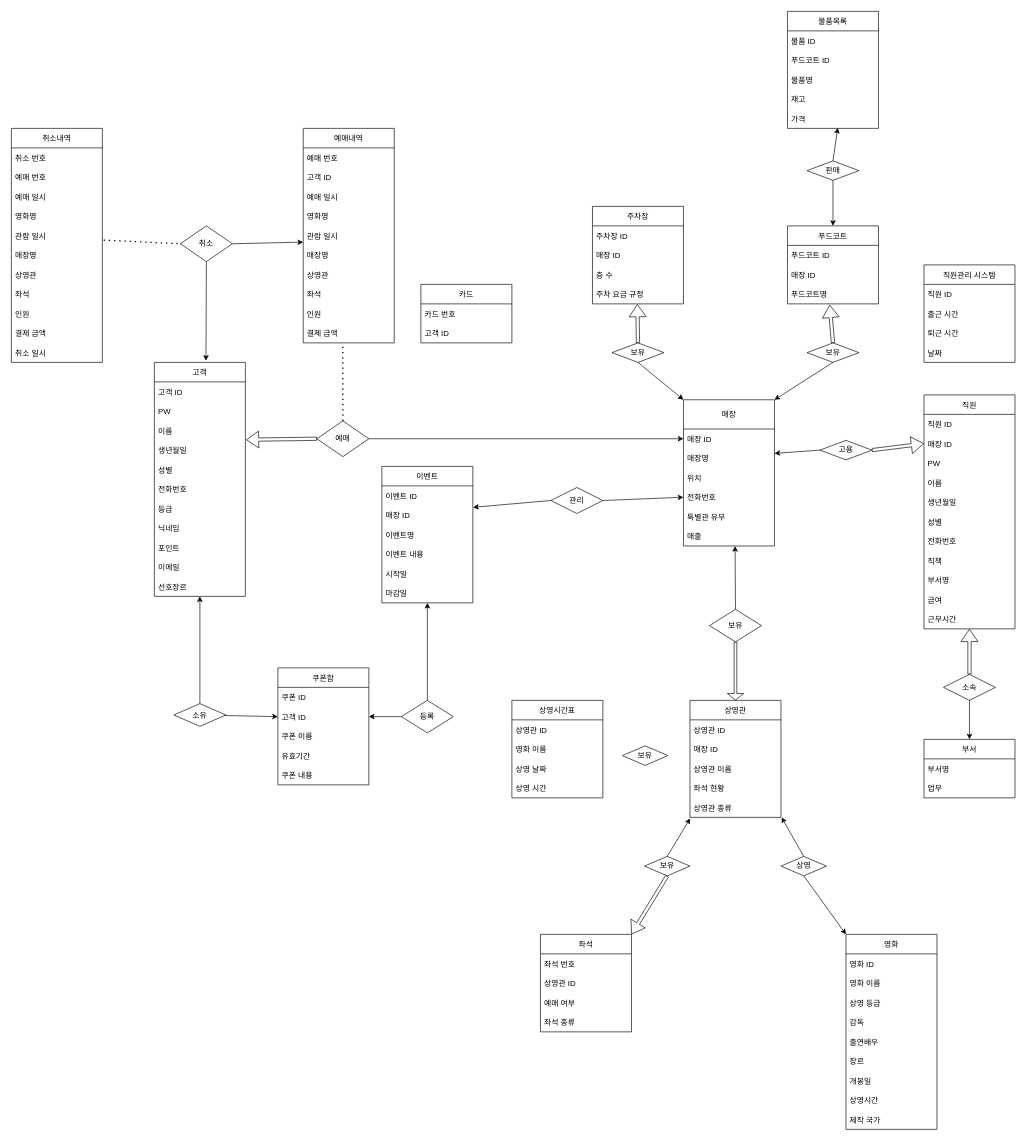
The draw.io diagram page "E-R" (1 of 2) of 영화관 merged.drawio in chacha0707/db, before the edit. Source tidied: cells renumbered, new cells numbered last; positions are measured from the earlier drawing's top-left corner, leaving out a move shared by most shapes. Both pictures are drawn from the tidied source at 65%, with x=0, y=0 at pixel (11, 11).
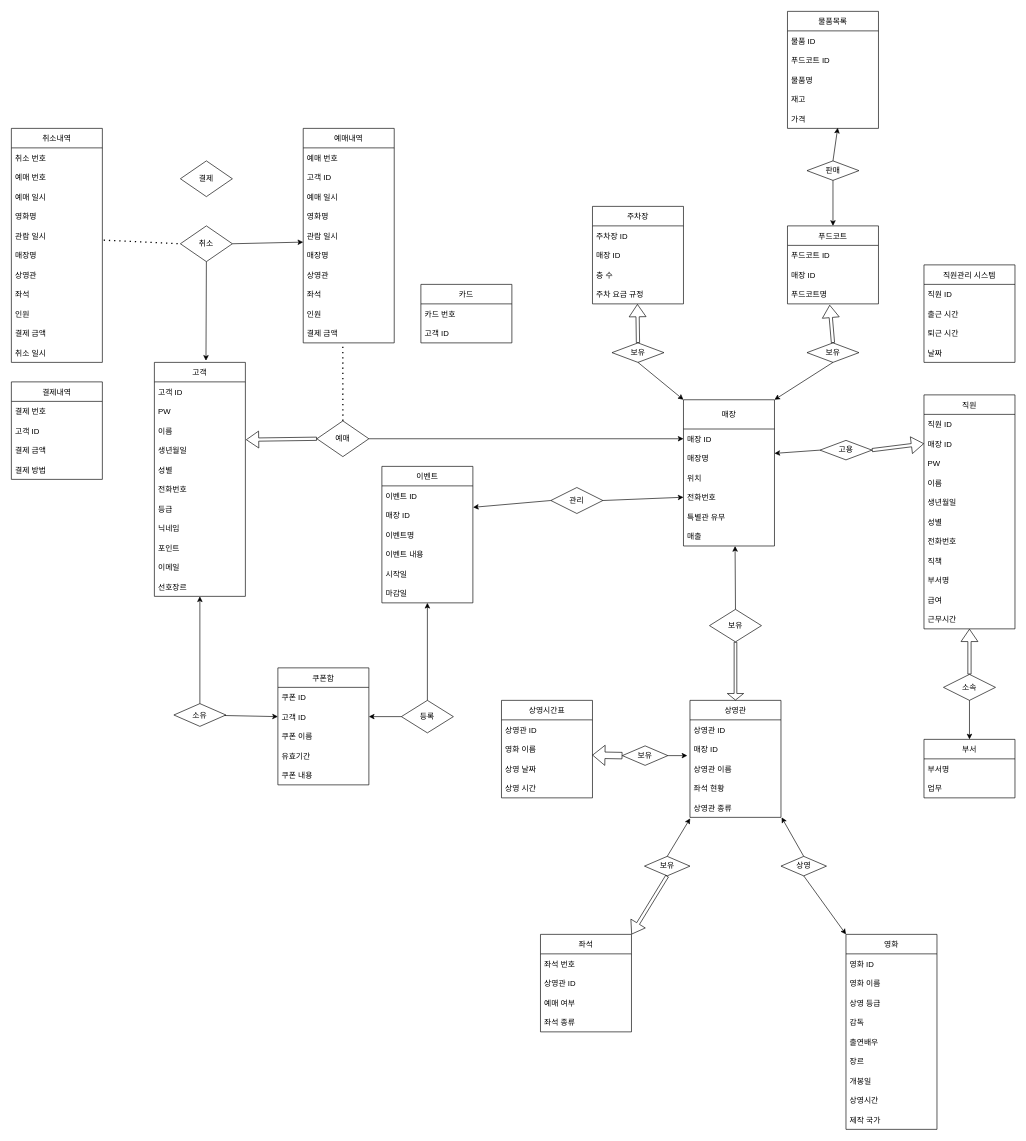
Above is the later version.

Unchanged cells that the change refers to:
```xml
<mxCell id="28" value="영화 이름" style="text;strokeColor=none;fillColor=none;align=left;verticalAlign=middle;spacingLeft=4;spacingRight=4;overflow=hidden;points=[[0,0.5],[1,0.5]];portConstraint=eastwest;" parent="26" vertex="1">
  <mxGeometry y="60" width="140" height="30" as="geometry" />
</mxCell>
<mxCell id="34" value="상영관 이름" style="text;strokeColor=none;fillColor=none;align=left;verticalAlign=middle;spacingLeft=4;spacingRight=4;overflow=hidden;points=[[0,0.5],[1,0.5]];portConstraint=eastwest;" parent="31" vertex="1">
  <mxGeometry y="90" width="140" height="30" as="geometry" />
</mxCell>
<mxCell id="159" value="보유" style="rhombus;whiteSpace=wrap;html=1;direction=east;" parent="1" vertex="1">
  <mxGeometry x="940" y="1130" width="70" height="30" as="geometry" />
</mxCell>
```

What changed in the source:
```diff
@@
     <mxCell id="26" value="상영시간표" style="swimlane;fontStyle=0;horizontal=1;startSize=30;" parent="1" vertex="1">
-      <mxGeometry x="770" y="1060" width="140" height="150" as="geometry" />
+      <mxGeometry x="754" y="1060" width="140" height="150" as="geometry" />
     </mxCell>
@@
+    <mxCell id="163" style="edgeStyle=orthogonalEdgeStyle;rounded=0;jettySize=auto;html=1;exitX=1;exitY=0.5;exitDx=0;exitDy=0;entryX=-0.029;entryY=-0.155;entryDx=0;entryDy=0;entryPerimeter=0;" parent="1" edge="1" source="159" target="34">
+      <mxGeometry relative="1" as="geometry" />
+    </mxCell>
@@
+    <mxCell id="164" value="결제" style="shape=rhombus;perimeter=rhombusPerimeter;whiteSpace=wrap;html=1;align=center;" parent="1" vertex="1">
+      <mxGeometry x="260" y="230" width="80" height="55" as="geometry" />
+    </mxCell>
+    <mxCell id="165" value="결제내역" style="swimlane;fontStyle=0;horizontal=1;startSize=30;" parent="1" vertex="1">
+      <mxGeometry y="570" width="140" height="150" as="geometry" />
+    </mxCell>
+    <mxCell id="166" value="결제 번호" style="text;strokeColor=none;fillColor=none;align=left;verticalAlign=middle;spacingLeft=4;spacingRight=4;overflow=hidden;" parent="165" vertex="1">
+      <mxGeometry y="30" width="140" height="30" as="geometry" />
+    </mxCell>
+    <mxCell id="167" value="고객 ID" style="text;strokeColor=none;fillColor=none;align=left;verticalAlign=middle;spacingLeft=4;spacingRight=4;overflow=hidden;" parent="165" vertex="1">
+      <mxGeometry y="60" width="140" height="30" as="geometry" />
+    </mxCell>
+    <mxCell id="168" value="결제 금액" style="text;strokeColor=none;fillColor=none;align=left;verticalAlign=middle;spacingLeft=4;spacingRight=4;overflow=hidden;" parent="165" vertex="1">
+      <mxGeometry y="90" width="140" height="30" as="geometry" />
+    </mxCell>
+    <mxCell id="169" value="결제 방법" style="text;strokeColor=none;fillColor=none;align=left;verticalAlign=middle;spacingLeft=4;spacingRight=4;overflow=hidden;" parent="165" vertex="1">
+      <mxGeometry y="120" width="140" height="30" as="geometry" />
+    </mxCell>
+    <mxCell id="170" style="shape=flexArrow;endArrow=classic;html=1;rounded=0;exitX=0;exitY=0.5;exitDx=0;exitDy=0;entryX=0.998;entryY=0.806;entryDx=0;entryDy=0;entryPerimeter=0;" parent="1" edge="1" source="159" target="28">
+      <mxGeometry relative="1" as="geometry" />
+    </mxCell>
```
